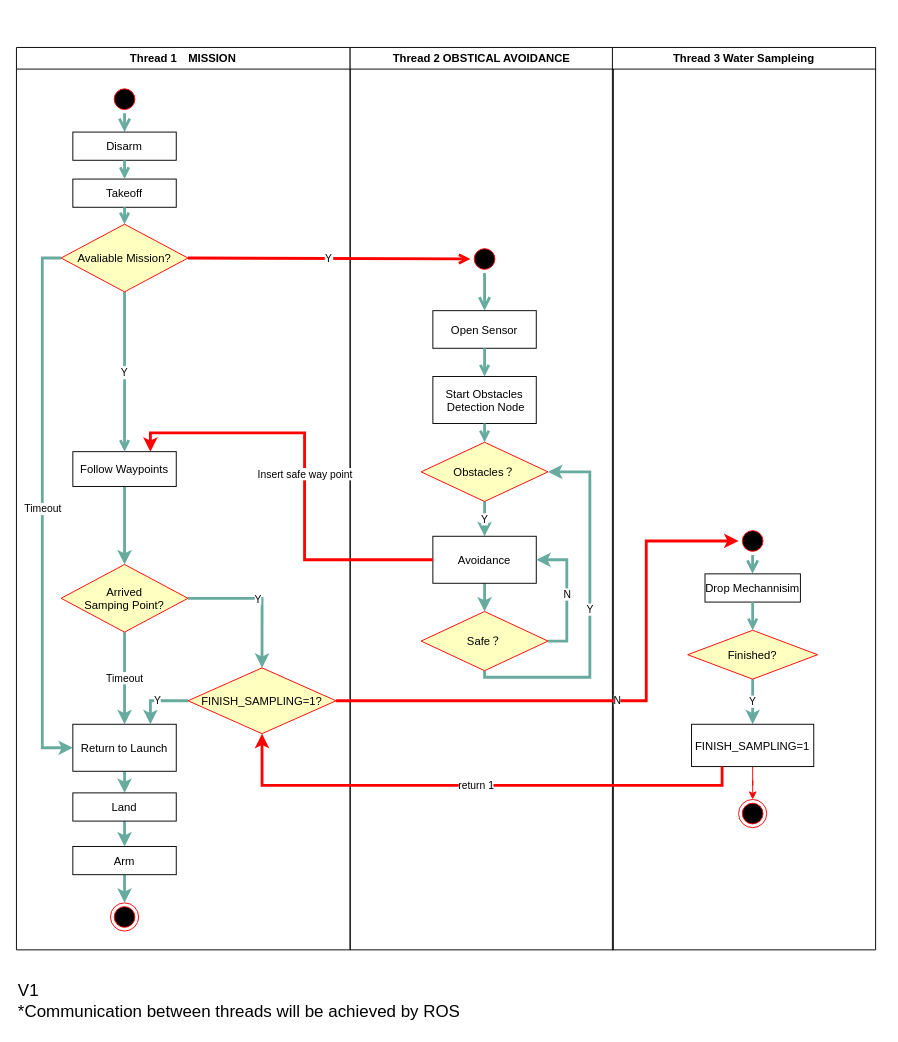
RoboDD/my-flow-chart keeps this draw.io diagram as ｔｒｉｄｅｎｔ.drawio. Above is the earlier version. Source tidied: cells renumbered, new cells numbered last; positions are measured from the earlier drawing's top-left corner, leaving out a move shared by most shapes. Both pictures are drawn from the tidied source at 94%, with x=0, y=0 at pixel (16, 47).
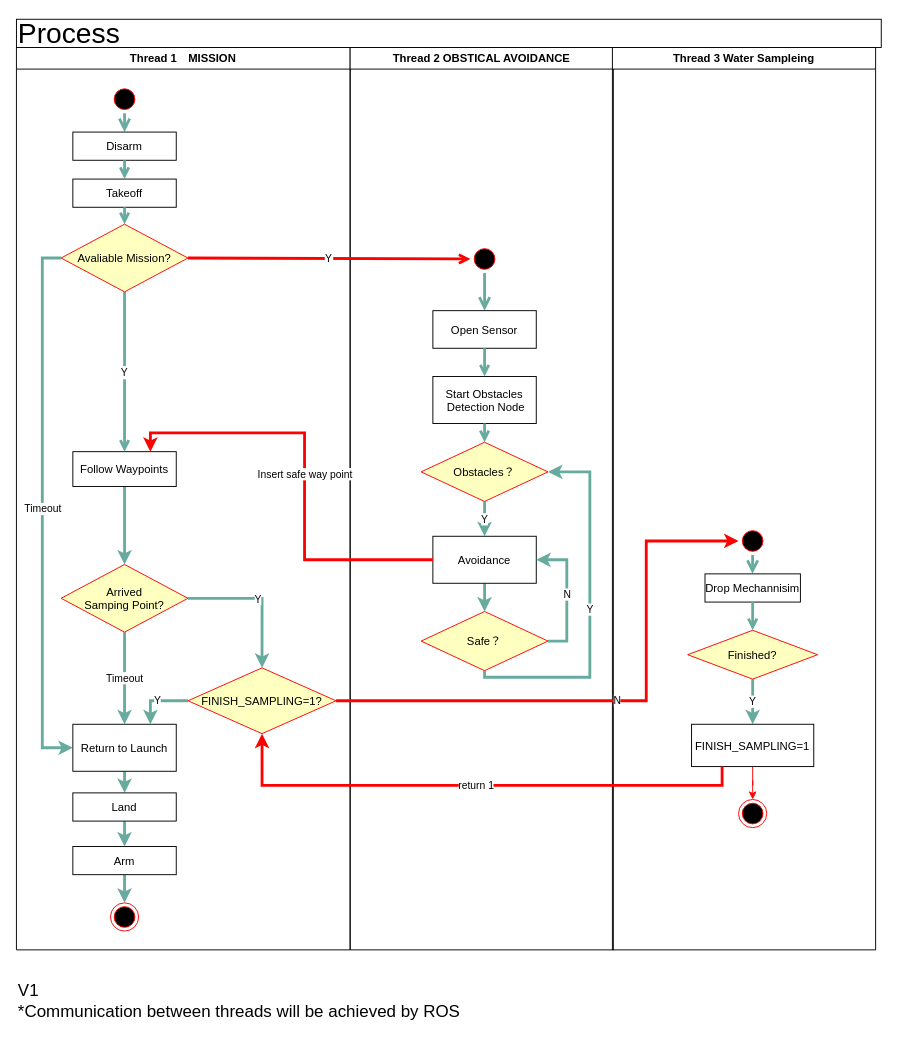
The same page after the edit.

Diff of the diagram source:
```diff
@@
+    <mxCell id="56" value="Process" style="rounded=0;whiteSpace=wrap;html=1;fontSize=30;align=left;" parent="1" vertex="1">
+      <mxGeometry y="-30" width="920" height="30" as="geometry" />
+    </mxCell>
```
